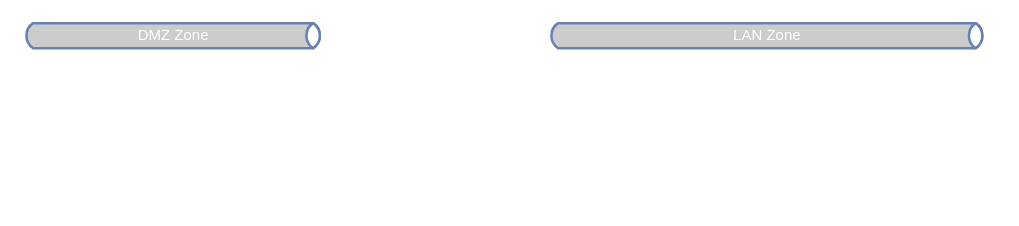
pnptai94/giaydiduongbluezone keeps this draw.io diagram as sodonguyenlymanglan.drawio. Above is the earlier version. Source tidied: cells renumbered, new cells numbered last; positions are measured from the earlier drawing's top-left corner, leaving out a move shared by most shapes. Both pictures are drawn from the tidied source at 125%, with x=0, y=0 at pixel (22, 22).
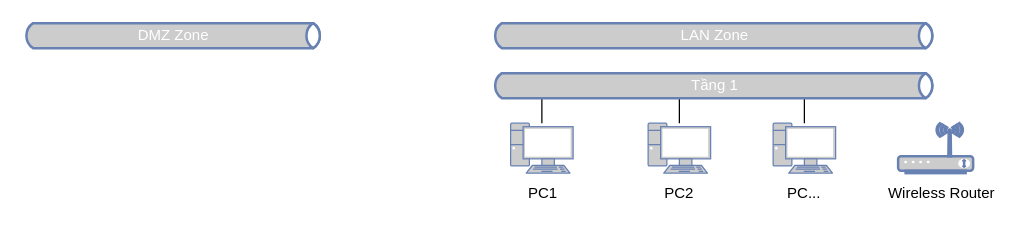
The same page after the edit.

The edit, as a diff of the source:
```diff
@@
 <mxGraphModel>
   <root>
     <mxCell id="0" />
     <mxCell id="1" parent="0" />
     <mxCell id="2" value="LAN Zone" style="html=1;fillColor=#CCCCCC;strokeColor=#6881B3;gradientColor=none;gradientDirection=north;strokeWidth=2;shape=mxgraph.networks.bus;gradientColor=none;gradientDirection=north;fontColor=#ffffff;perimeter=backbonePerimeter;backboneSize=20;" parent="1" vertex="1">
-      <mxGeometry x="420" width="350" height="20" as="geometry" />
+      <mxGeometry x="375" width="355" height="20" as="geometry" />
     </mxCell>
     <mxCell id="3" value="DMZ Zone" style="html=1;fillColor=#CCCCCC;strokeColor=#6881B3;gradientColor=none;gradientDirection=north;strokeWidth=2;shape=mxgraph.networks.bus;gradientColor=none;gradientDirection=north;fontColor=#ffffff;perimeter=backbonePerimeter;backboneSize=20;" parent="1" vertex="1">
       <mxGeometry width="240" height="20" as="geometry" />
     </mxCell>
+    <mxCell id="4" style="edgeStyle=none;rounded=0;jettySize=auto;html=1;endArrow=none;endFill=0;" parent="1" edge="1" source="5" target="15">
+      <mxGeometry relative="1" as="geometry" />
+    </mxCell>
+    <mxCell id="5" style="fontColor=#0066CC;verticalAlign=top;verticalLabelPosition=bottom;labelPosition=center;align=center;html=1;outlineConnect=0;fillColor=#CCCCCC;strokeColor=#6881B3;gradientColor=none;gradientDirection=north;strokeWidth=2;shape=mxgraph.networks.pc;" parent="1" vertex="1">
+      <mxGeometry x="390" y="80" width="50" height="40" as="geometry" />
+    </mxCell>
+    <mxCell id="6" style="fontColor=#0066CC;verticalAlign=top;verticalLabelPosition=bottom;labelPosition=center;align=center;html=1;fillColor=#CCCCCC;strokeColor=#6881B3;gradientColor=none;gradientDirection=north;strokeWidth=2;shape=mxgraph.networks.wireless_modem;" parent="1" vertex="1">
+      <mxGeometry x="700" y="80" width="60" height="40" as="geometry" />
+    </mxCell>
+    <mxCell id="7" style="edgeStyle=none;rounded=0;jettySize=auto;html=1;endArrow=none;endFill=0;" parent="1" edge="1" source="8" target="15">
+      <mxGeometry relative="1" as="geometry" />
+    </mxCell>
+    <mxCell id="8" style="fontColor=#0066CC;verticalAlign=top;verticalLabelPosition=bottom;labelPosition=center;align=center;html=1;outlineConnect=0;fillColor=#CCCCCC;strokeColor=#6881B3;gradientColor=none;gradientDirection=north;strokeWidth=2;shape=mxgraph.networks.pc;" parent="1" vertex="1">
+      <mxGeometry x="500" y="80" width="50" height="40" as="geometry" />
+    </mxCell>
+    <mxCell id="9" style="edgeStyle=none;rounded=0;jettySize=auto;html=1;endArrow=none;endFill=0;" parent="1" edge="1" source="10" target="15">
+      <mxGeometry relative="1" as="geometry" />
+    </mxCell>
+    <mxCell id="10" style="fontColor=#0066CC;verticalAlign=top;verticalLabelPosition=bottom;labelPosition=center;align=center;html=1;outlineConnect=0;fillColor=#CCCCCC;strokeColor=#6881B3;gradientColor=none;gradientDirection=north;strokeWidth=2;shape=mxgraph.networks.pc;" parent="1" vertex="1">
+      <mxGeometry x="600" y="80" width="50" height="40" as="geometry" />
+    </mxCell>
+    <mxCell id="11" value="PC1" style="text;html=1;strokeColor=none;fillColor=none;align=center;verticalAlign=middle;whiteSpace=wrap;rounded=0;" parent="1" vertex="1">
+      <mxGeometry x="386" y="126" width="60" height="20" as="geometry" />
+    </mxCell>
+    <mxCell id="12" value="PC2" style="text;html=1;strokeColor=none;fillColor=none;align=center;verticalAlign=middle;whiteSpace=wrap;rounded=0;" parent="1" vertex="1">
+      <mxGeometry x="495" y="126" width="60" height="20" as="geometry" />
+    </mxCell>
+    <mxCell id="13" value="PC..." style="text;html=1;strokeColor=none;fillColor=none;align=center;verticalAlign=middle;whiteSpace=wrap;rounded=0;" parent="1" vertex="1">
+      <mxGeometry x="595" y="126" width="60" height="20" as="geometry" />
+    </mxCell>
+    <mxCell id="14" value="Wireless Router" style="text;html=1;strokeColor=none;fillColor=none;align=center;verticalAlign=middle;whiteSpace=wrap;rounded=0;" parent="1" vertex="1">
+      <mxGeometry x="690" y="126" width="90" height="20" as="geometry" />
+    </mxCell>
+    <mxCell id="15" value="Tầng 1" style="html=1;outlineConnect=0;fillColor=#CCCCCC;strokeColor=#6881B3;gradientColor=none;gradientDirection=north;strokeWidth=2;shape=mxgraph.networks.bus;gradientColor=none;gradientDirection=north;fontColor=#ffffff;perimeter=backbonePerimeter;backboneSize=20;" parent="1" vertex="1">
+      <mxGeometry x="375" y="40" width="355" height="20" as="geometry" />
+    </mxCell>
   </root>
 </mxGraphModel>
```
